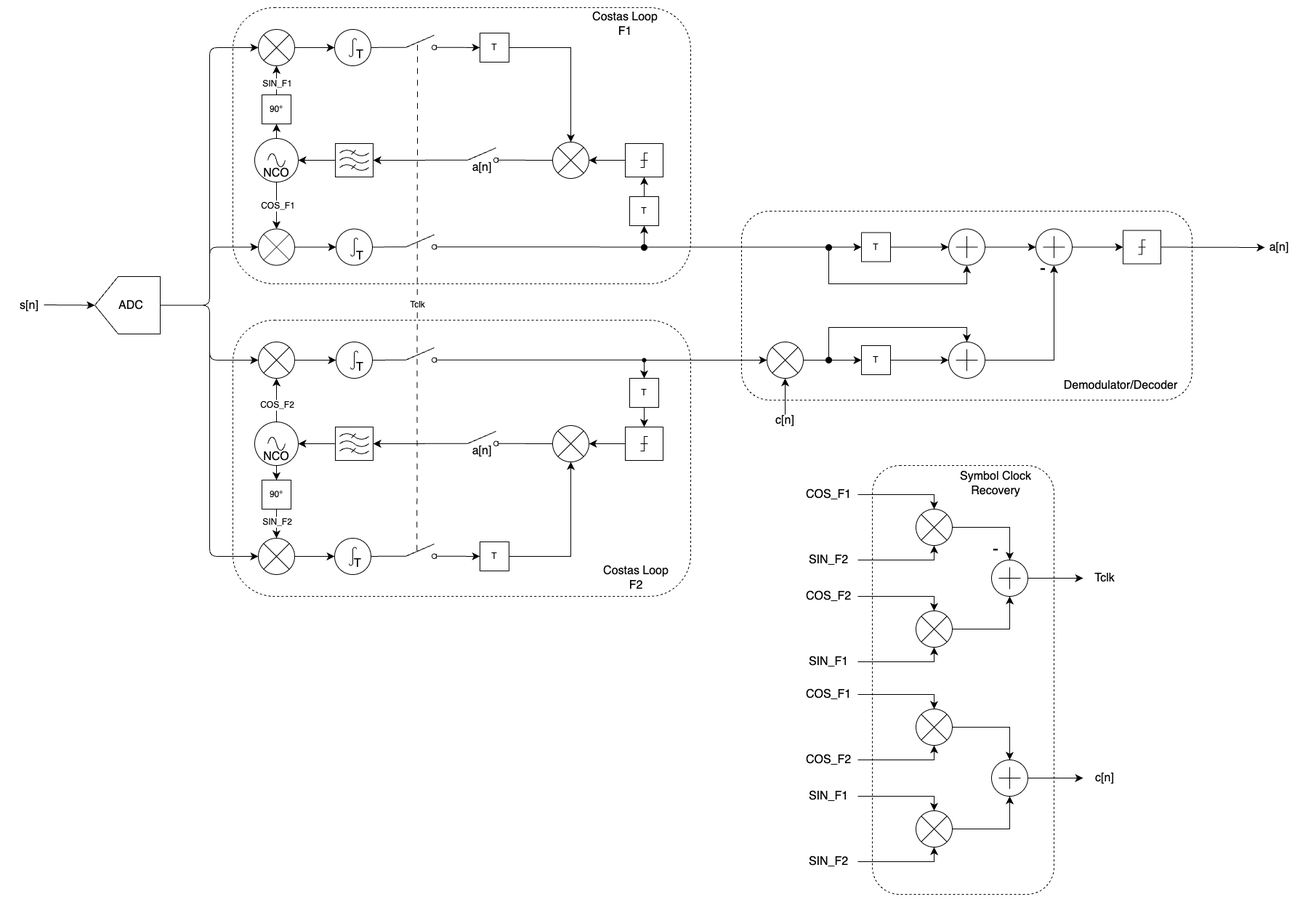
Above: docs/msk-demod.drawio.png in OpenResearchInstitute/msk_demodulator (draw.io), before the change. Source tidied: cells renumbered, new cells last; positions are measured from the earlier drawing's top-left corner, leaving out a move shared by most shapes.
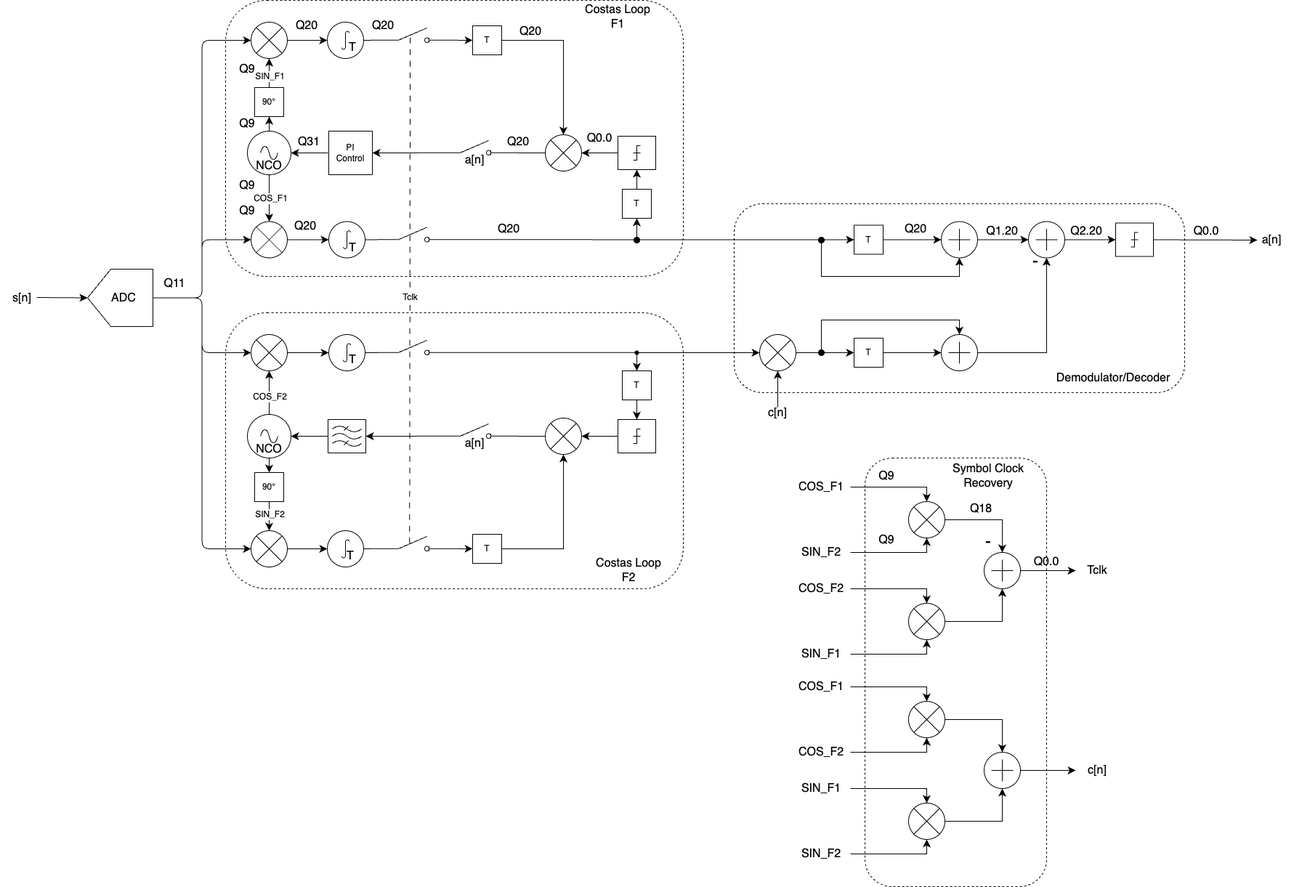
After the commit.

Commit message:
Update demodulator diagram to add Q-notation on signals

Change to the diagram source:
```diff
@@ -80,8 +80,10 @@
     <mxCell id="27" value="COS_F1" style="edgeLabel;html=1;align=center;verticalAlign=middle;fontSize=12;" parent="26" vertex="1">
       <mxGeometry y="1" relative="1" as="geometry" />
     </mxCell>
-    <mxCell id="28" style="endArrow=classic;html=1;rounded=0;fontSize=12;startSize=8;endSize=8;curved=1;exitX=0;exitY=0.5;exitDx=0;exitDy=0;exitPerimeter=0;" parent="1" edge="1" source="40" target="7">
-      <mxGeometry relative="1" as="geometry" />
+    <mxCell id="28" style="endArrow=classic;html=1;rounded=0;fontSize=12;startSize=8;endSize=8;curved=1;exitX=0;exitY=0.5;exitDx=0;exitDy=0;exitPerimeter=0;" parent="1" edge="1" target="7">
+      <mxGeometry relative="1" as="geometry">
+        <mxPoint x="451" y="210" as="sourcePoint" />
+      </mxGeometry>
     </mxCell>
     <mxCell id="29" style="endArrow=classic;html=1;rounded=0;fontSize=12;startSize=8;endSize=8;curved=1;" parent="1" edge="1" source="8" target="11">
       <mxGeometry relative="1" as="geometry" />
@@ -95,7 +97,7 @@
     <mxCell id="32" style="endArrow=classic;html=1;rounded=0;fontSize=12;startSize=8;endSize=8;curved=1;exitX=1;exitY=0.84;exitDx=0;exitDy=0;" parent="1" edge="1" source="15" target="16">
       <mxGeometry relative="1" as="geometry" />
     </mxCell>
-    <mxCell id="33" style="endArrow=classic;html=1;rounded=0;fontSize=12;startSize=8;endSize=8;curved=1;exitX=0;exitY=0.84;exitDx=0;exitDy=0;entryX=1;entryY=0.5;entryDx=0;entryDy=0;entryPerimeter=0;" parent="1" edge="1" source="13" target="40">
+    <mxCell id="33" style="endArrow=classic;html=1;rounded=0;fontSize=12;startSize=8;endSize=8;curved=1;exitX=0;exitY=0.84;exitDx=0;exitDy=0;entryX=1;entryY=0.5;entryDx=0;entryDy=0;" parent="1" edge="1" source="13" target="159">
       <mxGeometry relative="1" as="geometry" />
     </mxCell>
     <mxCell id="34" style="endArrow=none;html=1;rounded=0;fontSize=12;startSize=8;endSize=8;curved=1;exitX=1;exitY=0.5;exitDx=0;exitDy=0;exitPerimeter=0;entryX=0;entryY=0.84;entryDx=0;entryDy=0;endFill=0;" parent="1" edge="1" source="11" target="14">
@@ -116,9 +118,6 @@
     <mxCell id="39" style="edgeStyle=segmentEdgeStyle;endArrow=classic;html=1;curved=0;rounded=0;endSize=8;startSize=8;fontSize=12;exitX=1;exitY=0.5;exitDx=0;exitDy=0;entryX=0.5;entryY=0;entryDx=0;entryDy=0;entryPerimeter=0;" parent="1" edge="1" source="16" target="17">
       <mxGeometry relative="1" as="geometry" />
     </mxCell>
-    <mxCell id="40" style="verticalLabelPosition=bottom;shadow=0;dashed=0;align=center;html=1;verticalAlign=top;shape=mxgraph.electrical.abstract.filter;" parent="1" vertex="1">
-      <mxGeometry x="451" y="187" width="52" height="46" as="geometry" />
-    </mxCell>
     <mxCell id="41" style="verticalLabelPosition=bottom;shadow=0;dashed=0;align=center;html=1;verticalAlign=top;shape=mxgraph.electrical.abstract.quantizer;" parent="1" vertex="1">
       <mxGeometry x="1535" y="306.5" width="52" height="46" as="geometry" />
     </mxCell>
@@ -478,5 +477,71 @@
     <mxCell id="145" value="T" style="text;strokeColor=none;fillColor=none;html=1;align=center;verticalAlign=middle;whiteSpace=wrap;rounded=0;fontSize=16;" parent="1" vertex="1">
       <mxGeometry x="455" y="50" width="60" height="30" as="geometry" />
     </mxCell>
+    <mxCell id="146" value="Q11" style="text;html=1;align=center;verticalAlign=middle;whiteSpace=wrap;rounded=0;fontSize=16;" parent="1" vertex="1">
+      <mxGeometry x="210" y="375" width="60" height="30" as="geometry" />
+    </mxCell>
+    <mxCell id="147" value="Q9" style="text;html=1;align=center;verticalAlign=middle;whiteSpace=wrap;rounded=0;fontSize=16;" parent="1" vertex="1">
+      <mxGeometry x="310" y="274.5" width="60" height="30" as="geometry" />
+    </mxCell>
+    <mxCell id="148" value="Q9" style="text;html=1;align=center;verticalAlign=middle;whiteSpace=wrap;rounded=0;fontSize=16;" parent="1" vertex="1">
+      <mxGeometry x="310" y="240" width="60" height="30" as="geometry" />
+    </mxCell>
+    <mxCell id="149" value="Q9" style="text;html=1;align=center;verticalAlign=middle;whiteSpace=wrap;rounded=0;fontSize=16;" parent="1" vertex="1">
+      <mxGeometry x="310" y="155" width="60" height="30" as="geometry" />
+    </mxCell>
+    <mxCell id="150" value="Q9" style="text;html=1;align=center;verticalAlign=middle;whiteSpace=wrap;rounded=0;fontSize=16;" parent="1" vertex="1">
+      <mxGeometry x="310" y="80" width="60" height="30" as="geometry" />
+    </mxCell>
+    <mxCell id="151" value="Q20" style="text;html=1;align=center;verticalAlign=middle;whiteSpace=wrap;rounded=0;fontSize=16;" parent="1" vertex="1">
+      <mxGeometry x="392" y="20" width="60" height="30" as="geometry" />
+    </mxCell>
+    <mxCell id="152" value="Q20" style="text;html=1;align=center;verticalAlign=middle;whiteSpace=wrap;rounded=0;fontSize=16;" parent="1" vertex="1">
+      <mxGeometry x="390" y="296.5" width="60" height="30" as="geometry" />
+    </mxCell>
+    <mxCell id="153" value="Q20" style="text;html=1;align=center;verticalAlign=middle;whiteSpace=wrap;rounded=0;fontSize=16;" parent="1" vertex="1">
+      <mxGeometry x="497" y="20" width="60" height="30" as="geometry" />
+    </mxCell>
+    <mxCell id="154" value="Q20" style="text;html=1;align=center;verticalAlign=middle;whiteSpace=wrap;rounded=0;fontSize=16;" parent="1" vertex="1">
+      <mxGeometry x="700" y="28" width="60" height="30" as="geometry" />
+    </mxCell>
+    <mxCell id="155" value="Q20" style="text;html=1;align=center;verticalAlign=middle;whiteSpace=wrap;rounded=0;fontSize=16;" parent="1" vertex="1">
+      <mxGeometry x="682.5" y="180" width="60" height="30" as="geometry" />
+    </mxCell>
+    <mxCell id="156" value="Q0.0" style="text;html=1;align=center;verticalAlign=middle;whiteSpace=wrap;rounded=0;fontSize=16;" parent="1" vertex="1">
+      <mxGeometry x="795" y="175" width="60" height="30" as="geometry" />
+    </mxCell>
+    <mxCell id="157" value="Q20" style="text;html=1;align=center;verticalAlign=middle;whiteSpace=wrap;rounded=0;fontSize=16;" parent="1" vertex="1">
+      <mxGeometry x="670" y="300" width="60" height="30" as="geometry" />
+    </mxCell>
+    <mxCell id="158" value="Q31" style="text;html=1;align=center;verticalAlign=middle;whiteSpace=wrap;rounded=0;fontSize=16;" parent="1" vertex="1">
+      <mxGeometry x="395" y="180" width="60" height="30" as="geometry" />
+    </mxCell>
+    <mxCell id="159" value="PI&lt;div&gt;Control&lt;/div&gt;" style="whiteSpace=wrap;html=1;" parent="1" vertex="1">
+      <mxGeometry x="452" y="180" width="60" height="60" as="geometry" />
+    </mxCell>
+    <mxCell id="160" value="Q20" style="text;html=1;align=center;verticalAlign=middle;whiteSpace=wrap;rounded=0;fontSize=16;" parent="1" vertex="1">
+      <mxGeometry x="1230" y="300" width="60" height="30" as="geometry" />
+    </mxCell>
+    <mxCell id="161" value="Q1.20" style="text;html=1;align=center;verticalAlign=middle;whiteSpace=wrap;rounded=0;fontSize=16;" parent="1" vertex="1">
+      <mxGeometry x="1349" y="302.5" width="60" height="30" as="geometry" />
+    </mxCell>
+    <mxCell id="162" value="Q2.20" style="text;html=1;align=center;verticalAlign=middle;whiteSpace=wrap;rounded=0;fontSize=16;" parent="1" vertex="1">
+      <mxGeometry x="1465" y="302.5" width="60" height="30" as="geometry" />
+    </mxCell>
+    <mxCell id="163" value="Q0.0" style="text;html=1;align=center;verticalAlign=middle;whiteSpace=wrap;rounded=0;fontSize=16;" parent="1" vertex="1">
+      <mxGeometry x="1630" y="302.5" width="60" height="30" as="geometry" />
+    </mxCell>
+    <mxCell id="164" value="Q9" style="text;html=1;align=center;verticalAlign=middle;whiteSpace=wrap;rounded=0;fontSize=16;" parent="1" vertex="1">
+      <mxGeometry x="1190" y="640" width="60" height="30" as="geometry" />
+    </mxCell>
+    <mxCell id="165" value="Q9" style="text;html=1;align=center;verticalAlign=middle;whiteSpace=wrap;rounded=0;fontSize=16;" parent="1" vertex="1">
+      <mxGeometry x="1190" y="728" width="60" height="30" as="geometry" />
+    </mxCell>
+    <mxCell id="166" value="Q18" style="text;html=1;align=center;verticalAlign=middle;whiteSpace=wrap;rounded=0;fontSize=16;" parent="1" vertex="1">
+      <mxGeometry x="1320" y="685" width="60" height="30" as="geometry" />
+    </mxCell>
+    <mxCell id="167" value="Q0.0" style="text;html=1;align=center;verticalAlign=middle;whiteSpace=wrap;rounded=0;fontSize=16;" parent="1" vertex="1">
+      <mxGeometry x="1410" y="758" width="60" height="30" as="geometry" />
+    </mxCell>
   </root>
 </mxGraphModel>
```
